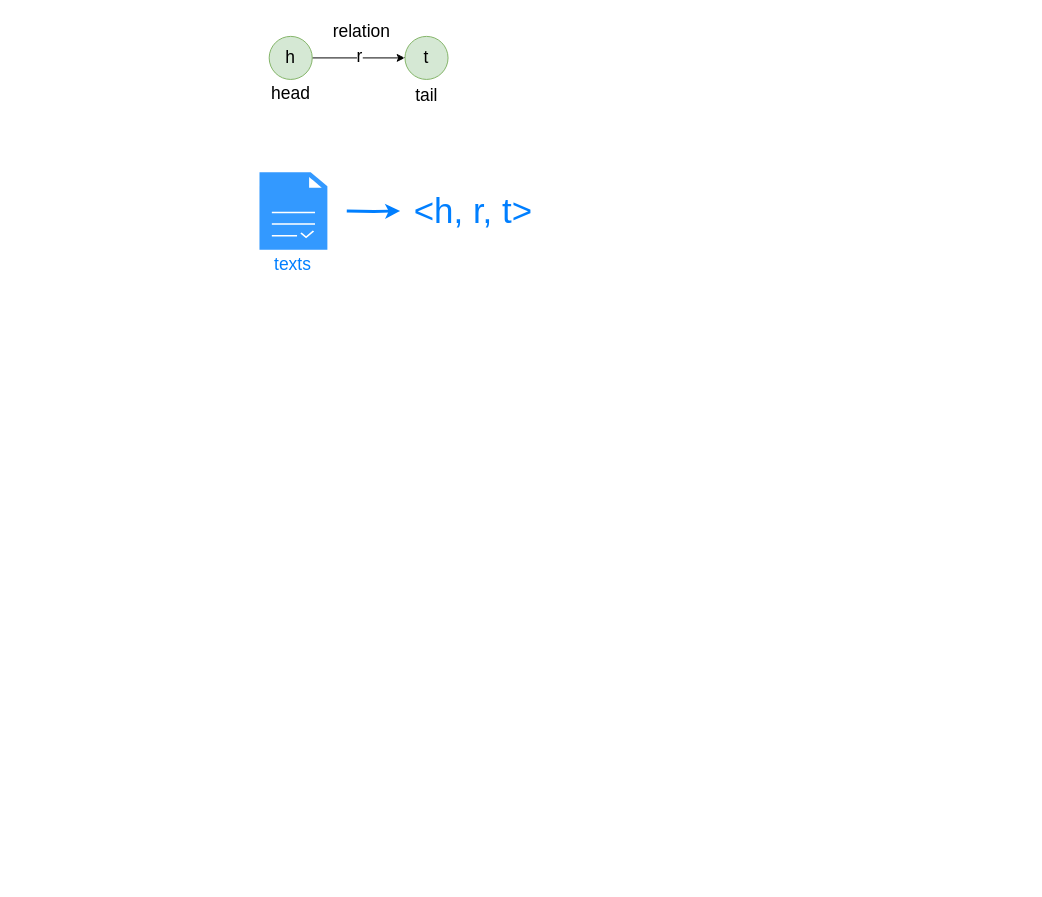
Above: page "Page-2" (2 of 2) of presentations/generals.drawio in across-stars/draw.io (draw.io), before the change. Source tidied: cells renumbered, new cells numbered last; positions are measured from the earlier drawing's top-left corner, leaving out a move shared by most shapes. Both pictures are drawn from the tidied source at 97%, with x=0, y=0 at pixel (259, 16).
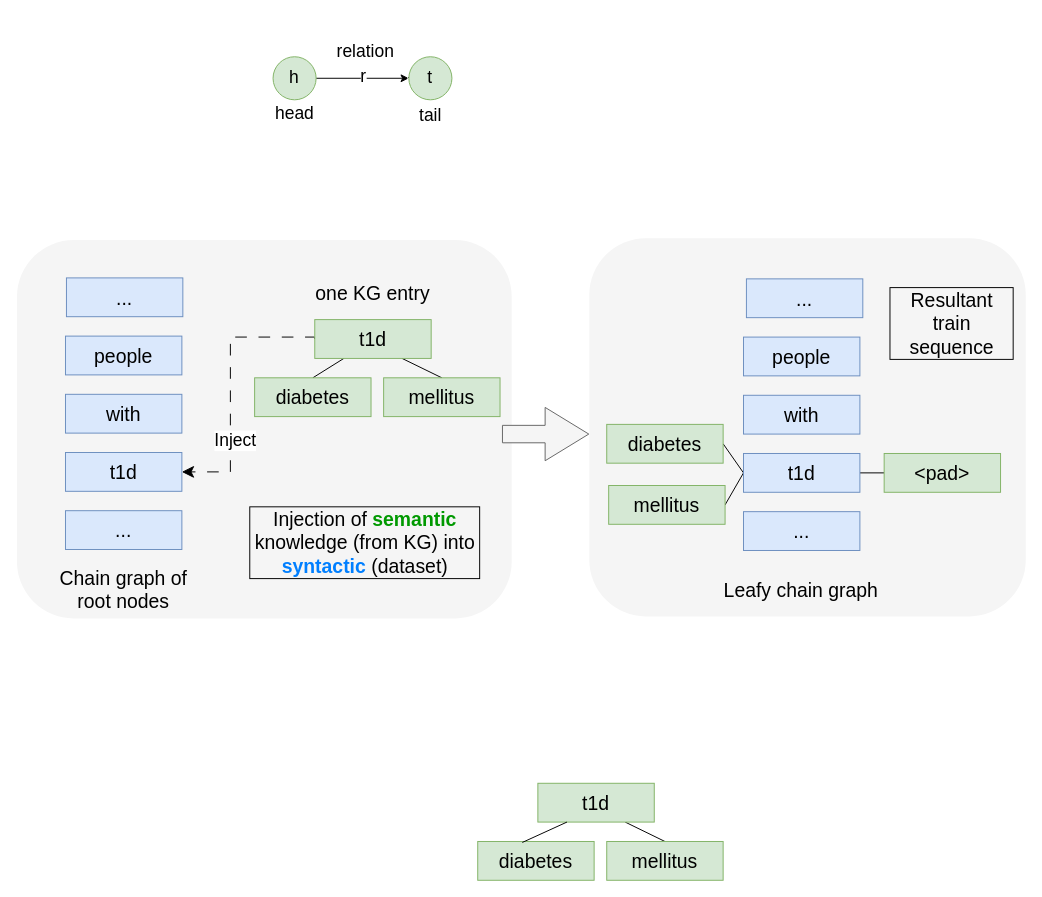
After the change.

Unchanged cells that the change refers to:
```xml
<mxCell id="2" style="group;" parent="1" vertex="1">
  <mxGeometry x="10" y="20" width="200" height="90" as="geometry" />
</mxCell>
```

What changed in the source:
```diff
@@
+    <mxCell id="15" style="rounded=1;whiteSpace=wrap;html=1;fontFamily=Helvetica;fontSize=11;fontColor=#333333;labelBackgroundColor=default;fillColor=#f5f5f5;strokeColor=none;" parent="1" vertex="1">
+      <mxGeometry x="340" y="228" width="450" height="390" as="geometry" />
+    </mxCell>
+    <mxCell id="16" style="rounded=1;whiteSpace=wrap;html=1;fontFamily=Helvetica;fontSize=11;fontColor=#333333;labelBackgroundColor=default;fillColor=#f5f5f5;strokeColor=none;" parent="1" vertex="1">
+      <mxGeometry x="-250" y="230" width="510" height="390" as="geometry" />
+    </mxCell>
@@
     <mxCell id="6" value="&lt;font style=&quot;font-size: 18px;&quot;&gt;h&lt;/font&gt;" style="ellipse;whiteSpace=wrap;html=1;fillColor=#d5e8d4;strokeColor=#82b366;" parent="2" vertex="1">
-      <mxGeometry width="44.4" height="44.4" as="geometry" />
+      <mxGeometry x="4" y="21" width="44.4" height="44.4" as="geometry" />
     </mxCell>
     <mxCell id="7" value="&lt;font style=&quot;font-size: 18px;&quot;&gt;t&lt;/font&gt;" style="ellipse;whiteSpace=wrap;html=1;fillColor=#d5e8d4;strokeColor=#82b366;" parent="2" vertex="1">
-      <mxGeometry x="140" width="44.4" height="44.4" as="geometry" />
+      <mxGeometry x="144" y="21" width="44.4" height="44.4" as="geometry" />
     </mxCell>
     <mxCell id="8" value="&lt;font style=&quot;font-size: 18px;&quot;&gt;head&lt;/font&gt;" style="text;html=1;align=center;verticalAlign=middle;strokeColor=none;fillColor=none;" parent="2" vertex="1">
-      <mxGeometry x="-7.6" y="44" width="60" height="30" as="geometry" />
+      <mxGeometry x="-3.6" y="65" width="60" height="30" as="geometry" />
     </mxCell>
     <mxCell id="9" value="&lt;font style=&quot;font-size: 18px;&quot;&gt;tail&lt;/font&gt;" style="text;html=1;align=center;verticalAlign=middle;strokeColor=none;fillColor=none;" parent="2" vertex="1">
-      <mxGeometry x="137.2" y="46" width="50" height="30" as="geometry" />
+      <mxGeometry x="141.2" y="67" width="50" height="30" as="geometry" />
     </mxCell>
     <mxCell id="10" value="&lt;font style=&quot;font-size: 18px;&quot;&gt;relation&lt;/font&gt;" style="text;html=1;align=center;verticalAlign=middle;strokeColor=none;fillColor=none;" parent="1" vertex="1">
-      <mxGeometry x="65" width="80" height="30" as="geometry" />
+      <mxGeometry x="69" y="21" width="80" height="30" as="geometry" />
     </mxCell>
-    <mxCell id="11" style="edgeStyle=orthogonalEdgeStyle;rounded=0;jettySize=auto;html=1;strokeWidth=3;strokeColor=#007FFF;" parent="1" edge="1" target="13">
-      <mxGeometry relative="1" as="geometry">
-        <mxPoint x="90" y="200" as="sourcePoint" />
-      </mxGeometry>
-    </mxCell>
-    <mxCell id="12" style="sketch=0;shadow=0;dashed=0;html=1;strokeColor=none;fillColor=#3399FF;labelPosition=center;verticalLabelPosition=bottom;verticalAlign=top;align=center;shape=mxgraph.veeam2.report;" parent="1" vertex="1">
-      <mxGeometry y="160" width="70" height="80" as="geometry" />
-    </mxCell>
-    <mxCell id="13" value="&lt;font color=&quot;#007fff&quot; style=&quot;font-size: 36px;&quot;&gt;&amp;lt;h, r, t&amp;gt;&lt;/font&gt;" style="text;html=1;align=center;verticalAlign=middle;points=[];strokeColor=none;fillColor=none;" parent="1" vertex="1">
-      <mxGeometry x="145" y="170" width="150" height="60" as="geometry" />
-    </mxCell>
-    <mxCell id="14" value="&lt;font color=&quot;#007fff&quot; style=&quot;font-size: 18px;&quot;&gt;texts&lt;/font&gt;" style="text;html=1;align=center;verticalAlign=middle;strokeColor=none;fillColor=none;" parent="1" vertex="1">
-      <mxGeometry x="4" y="240" width="60" height="30" as="geometry" />
-    </mxCell>
+    <mxCell id="17" value="&lt;font style=&quot;font-size: 20px;&quot;&gt;...&lt;/font&gt;" style="rounded=0;whiteSpace=wrap;html=1;fontFamily=Helvetica;fontSize=11;labelBackgroundColor=none;fillColor=#dae8fc;strokeColor=#6c8ebf;" parent="1" vertex="1">
+      <mxGeometry x="-200" y="509" width="120" height="40" as="geometry" />
+    </mxCell>
+    <mxCell id="18" value="&lt;font style=&quot;font-size: 20px;&quot;&gt;people&lt;/font&gt;" style="rounded=0;whiteSpace=wrap;html=1;fontFamily=Helvetica;fontSize=11;labelBackgroundColor=none;fillColor=#dae8fc;strokeColor=#6c8ebf;" parent="1" vertex="1">
+      <mxGeometry x="-200" y="329" width="120" height="40" as="geometry" />
+    </mxCell>
+    <mxCell id="19" value="&lt;font style=&quot;font-size: 20px;&quot;&gt;with&lt;/font&gt;" style="rounded=0;whiteSpace=wrap;html=1;fontFamily=Helvetica;fontSize=11;labelBackgroundColor=none;fillColor=#dae8fc;strokeColor=#6c8ebf;" parent="1" vertex="1">
+      <mxGeometry x="-200" y="389" width="120" height="40" as="geometry" />
+    </mxCell>
+    <mxCell id="20" value="&lt;font style=&quot;font-size: 20px;&quot;&gt;t1d&lt;/font&gt;" style="rounded=0;whiteSpace=wrap;html=1;fontFamily=Helvetica;fontSize=11;labelBackgroundColor=none;fillColor=#dae8fc;strokeColor=#6c8ebf;" parent="1" vertex="1">
+      <mxGeometry x="-200" y="449" width="120" height="40" as="geometry" />
+    </mxCell>
+    <mxCell id="21" value="&lt;font style=&quot;font-size: 20px;&quot;&gt;...&lt;/font&gt;" style="rounded=0;whiteSpace=wrap;html=1;fontFamily=Helvetica;fontSize=11;labelBackgroundColor=none;fillColor=#dae8fc;strokeColor=#6c8ebf;" parent="1" vertex="1">
+      <mxGeometry x="-199" y="269" width="120" height="40" as="geometry" />
+    </mxCell>
+    <mxCell id="22" value="&lt;font style=&quot;font-size: 20px;&quot;&gt;...&lt;/font&gt;" style="rounded=0;whiteSpace=wrap;html=1;fontFamily=Helvetica;fontSize=11;labelBackgroundColor=none;fillColor=#dae8fc;strokeColor=#6c8ebf;" parent="1" vertex="1">
+      <mxGeometry x="499" y="510" width="120" height="40" as="geometry" />
+    </mxCell>
+    <mxCell id="23" value="&lt;font style=&quot;font-size: 20px;&quot;&gt;people&lt;/font&gt;" style="rounded=0;whiteSpace=wrap;html=1;fontFamily=Helvetica;fontSize=11;labelBackgroundColor=none;fillColor=#dae8fc;strokeColor=#6c8ebf;" parent="1" vertex="1">
+      <mxGeometry x="499" y="330" width="120" height="40" as="geometry" />
+    </mxCell>
+    <mxCell id="24" value="&lt;font style=&quot;font-size: 20px;&quot;&gt;with&lt;/font&gt;" style="rounded=0;whiteSpace=wrap;html=1;fontFamily=Helvetica;fontSize=11;labelBackgroundColor=none;fillColor=#dae8fc;strokeColor=#6c8ebf;" parent="1" vertex="1">
+      <mxGeometry x="499" y="390" width="120" height="40" as="geometry" />
+    </mxCell>
+    <mxCell id="25" style="rounded=0;jettySize=auto;html=1;exitX=0;exitY=0;exitDx=0;exitDy=0;entryX=1;entryY=0.5;entryDx=0;entryDy=0;strokeColor=none;align=center;verticalAlign=middle;fontFamily=Helvetica;fontSize=11;fontColor=default;labelBackgroundColor=default;endArrow=none;endFill=0;" parent="1" edge="1" source="29" target="30">
+      <mxGeometry relative="1" as="geometry" />
+    </mxCell>
+    <mxCell id="26" style="rounded=0;jettySize=auto;html=1;exitX=0;exitY=0.5;exitDx=0;exitDy=0;entryX=1;entryY=0.5;entryDx=0;entryDy=0;strokeColor=default;align=center;verticalAlign=middle;fontFamily=Helvetica;fontSize=11;fontColor=default;labelBackgroundColor=default;endArrow=none;endFill=0;" parent="1" edge="1" source="29" target="30">
+      <mxGeometry relative="1" as="geometry" />
+    </mxCell>
+    <mxCell id="27" style="edgeStyle=none;rounded=0;jettySize=auto;html=1;exitX=0;exitY=0.5;exitDx=0;exitDy=0;entryX=1;entryY=0.5;entryDx=0;entryDy=0;strokeColor=default;align=center;verticalAlign=middle;fontFamily=Helvetica;fontSize=11;fontColor=default;labelBackgroundColor=default;endArrow=none;endFill=0;" parent="1" edge="1" source="29" target="33">
+      <mxGeometry relative="1" as="geometry" />
+    </mxCell>
+    <mxCell id="28" style="edgeStyle=none;rounded=0;jettySize=auto;html=1;exitX=1;exitY=0.5;exitDx=0;exitDy=0;entryX=0;entryY=0.5;entryDx=0;entryDy=0;strokeColor=default;align=center;verticalAlign=middle;fontFamily=Helvetica;fontSize=11;fontColor=default;labelBackgroundColor=default;endArrow=none;endFill=0;" parent="1" edge="1" source="29" target="32">
+      <mxGeometry relative="1" as="geometry" />
+    </mxCell>
+    <mxCell id="29" value="&lt;font style=&quot;font-size: 20px;&quot;&gt;t1d&lt;/font&gt;" style="rounded=0;whiteSpace=wrap;html=1;fontFamily=Helvetica;fontSize=11;labelBackgroundColor=none;fillColor=#dae8fc;strokeColor=#6c8ebf;" parent="1" vertex="1">
+      <mxGeometry x="499" y="450" width="120" height="40" as="geometry" />
+    </mxCell>
+    <mxCell id="30" value="&lt;font style=&quot;font-size: 20px;&quot;&gt;diabetes&lt;/font&gt;" style="rounded=0;whiteSpace=wrap;html=1;fontFamily=Helvetica;fontSize=11;labelBackgroundColor=none;fillColor=#d5e8d4;strokeColor=#82b366;" parent="1" vertex="1">
+      <mxGeometry x="358" y="420" width="120" height="40" as="geometry" />
+    </mxCell>
+    <mxCell id="31" value="&lt;font style=&quot;font-size: 20px;&quot;&gt;...&lt;/font&gt;" style="rounded=0;whiteSpace=wrap;html=1;fontFamily=Helvetica;fontSize=11;labelBackgroundColor=none;fillColor=#dae8fc;strokeColor=#6c8ebf;" parent="1" vertex="1">
+      <mxGeometry x="502" y="270" width="120" height="40" as="geometry" />
+    </mxCell>
+    <mxCell id="32" value="&lt;font style=&quot;font-size: 20px;&quot;&gt;&amp;lt;pad&amp;gt;&lt;/font&gt;" style="rounded=0;whiteSpace=wrap;html=1;fontFamily=Helvetica;fontSize=11;labelBackgroundColor=none;fillColor=#d5e8d4;strokeColor=#82b366;" parent="1" vertex="1">
+      <mxGeometry x="644" y="450" width="120" height="40" as="geometry" />
+    </mxCell>
+    <mxCell id="33" value="&lt;font style=&quot;font-size: 20px;&quot;&gt;mellitus&lt;/font&gt;" style="rounded=0;whiteSpace=wrap;html=1;fontFamily=Helvetica;fontSize=11;labelBackgroundColor=none;fillColor=#d5e8d4;strokeColor=#82b366;" parent="1" vertex="1">
+      <mxGeometry x="360" y="483" width="120" height="40" as="geometry" />
+    </mxCell>
+    <mxCell id="34" style="edgeStyle=none;rounded=0;jettySize=auto;html=1;exitX=0.75;exitY=1;exitDx=0;exitDy=0;entryX=0.5;entryY=0;entryDx=0;entryDy=0;strokeColor=default;align=center;verticalAlign=middle;fontFamily=Helvetica;fontSize=11;fontColor=default;labelBackgroundColor=default;endArrow=none;endFill=0;" parent="1" edge="1" source="38" target="40">
+      <mxGeometry relative="1" as="geometry" />
+    </mxCell>
+    <mxCell id="35" style="edgeStyle=none;rounded=0;jettySize=auto;html=1;exitX=0.25;exitY=1;exitDx=0;exitDy=0;entryX=0.5;entryY=0;entryDx=0;entryDy=0;strokeColor=default;align=center;verticalAlign=middle;fontFamily=Helvetica;fontSize=11;fontColor=default;labelBackgroundColor=default;endArrow=none;endFill=0;" parent="1" edge="1" source="38" target="39">
+      <mxGeometry relative="1" as="geometry" />
+    </mxCell>
+    <mxCell id="36" style="edgeStyle=orthogonalEdgeStyle;rounded=0;jettySize=auto;html=1;exitX=0;exitY=0.5;exitDx=0;exitDy=0;entryX=1;entryY=0.5;entryDx=0;entryDy=0;strokeColor=default;align=center;verticalAlign=middle;fontFamily=Helvetica;fontSize=11;fontColor=default;labelBackgroundColor=default;endArrow=classic;endFill=1;dashed=1;dashPattern=12 12;strokeWidth=1;endSize=10;" parent="1" edge="1" source="38" target="20">
+      <mxGeometry relative="1" as="geometry">
+        <Array as="points">
+          <mxPoint x="57" y="330" />
+          <mxPoint x="-30" y="330" />
+          <mxPoint x="-30" y="469" />
+        </Array>
+      </mxGeometry>
+    </mxCell>
+    <mxCell id="37" value="&lt;font style=&quot;font-size: 18px;&quot;&gt;Inject&lt;/font&gt;" style="edgeLabel;html=1;align=center;verticalAlign=middle;fontFamily=Helvetica;fontSize=11;fontColor=default;labelBackgroundColor=default;" parent="36" vertex="1">
+      <mxGeometry x="0.37" y="4" relative="1" as="geometry">
+        <mxPoint y="5" as="offset" />
+      </mxGeometry>
+    </mxCell>
+    <mxCell id="38" value="&lt;font style=&quot;font-size: 20px;&quot;&gt;t1d&lt;/font&gt;" style="rounded=0;whiteSpace=wrap;html=1;fontFamily=Helvetica;fontSize=11;labelBackgroundColor=none;fillColor=#d5e8d4;strokeColor=#82b366;" parent="1" vertex="1">
+      <mxGeometry x="57" y="312" width="120" height="40" as="geometry" />
+    </mxCell>
+    <mxCell id="39" value="&lt;font style=&quot;font-size: 20px;&quot;&gt;diabetes&lt;/font&gt;" style="rounded=0;whiteSpace=wrap;html=1;fontFamily=Helvetica;fontSize=11;labelBackgroundColor=none;fillColor=#d5e8d4;strokeColor=#82b366;" parent="1" vertex="1">
+      <mxGeometry x="-5" y="372" width="120" height="40" as="geometry" />
+    </mxCell>
+    <mxCell id="40" value="&lt;font style=&quot;font-size: 20px;&quot;&gt;mellitus&lt;/font&gt;" style="rounded=0;whiteSpace=wrap;html=1;fontFamily=Helvetica;fontSize=11;labelBackgroundColor=none;fillColor=#d5e8d4;strokeColor=#82b366;" parent="1" vertex="1">
+      <mxGeometry x="128" y="372" width="120" height="40" as="geometry" />
+    </mxCell>
+    <mxCell id="41" value="&lt;font style=&quot;font-size: 20px;&quot;&gt;Chain graph of root nodes&lt;/font&gt;" style="text;html=1;align=center;verticalAlign=middle;whiteSpace=wrap;rounded=0;fontFamily=Helvetica;fontSize=11;fontColor=default;labelBackgroundColor=none;" parent="1" vertex="1">
+      <mxGeometry x="-215" y="575" width="150" height="30" as="geometry" />
+    </mxCell>
+    <mxCell id="42" value="&lt;font style=&quot;font-size: 20px;&quot;&gt;Leafy chain graph&lt;/font&gt;" style="text;html=1;align=center;verticalAlign=middle;whiteSpace=wrap;rounded=0;fontFamily=Helvetica;fontSize=11;fontColor=default;labelBackgroundColor=none;" parent="1" vertex="1">
+      <mxGeometry x="427" y="575" width="263" height="30" as="geometry" />
+    </mxCell>
+    <mxCell id="43" value="&lt;font style=&quot;font-size: 20px;&quot;&gt;one KG entry&lt;/font&gt;" style="text;html=1;align=center;verticalAlign=middle;whiteSpace=wrap;rounded=0;fontFamily=Helvetica;fontSize=11;fontColor=default;labelBackgroundColor=none;" parent="1" vertex="1">
+      <mxGeometry x="42" y="269" width="150" height="30" as="geometry" />
+    </mxCell>
+    <mxCell id="44" style="shape=flexArrow;endArrow=classic;html=1;rounded=0;strokeColor=#666666;align=center;verticalAlign=middle;fontFamily=Helvetica;fontSize=11;fontColor=default;labelBackgroundColor=default;edgeStyle=orthogonalEdgeStyle;endWidth=36;endSize=14.67;width=18;fillColor=#f5f5f5;" parent="1" edge="1">
+      <mxGeometry relative="1" as="geometry">
+        <mxPoint x="250" y="430" as="sourcePoint" />
+        <mxPoint x="340" y="430" as="targetPoint" />
+      </mxGeometry>
+    </mxCell>
+    <mxCell id="45" value="&lt;font style=&quot;font-size: 20px;&quot;&gt;Injection of &lt;font style=&quot;font-size: 20px;&quot; color=&quot;#009900&quot;&gt;&lt;b&gt;semantic&lt;/b&gt;&lt;/font&gt; knowledge (from KG) into &lt;b&gt;&lt;font style=&quot;font-size: 20px;&quot; color=&quot;#007fff&quot;&gt;syntactic&lt;/font&gt;&lt;/b&gt; (dataset)&lt;/font&gt;" style="text;html=1;align=center;verticalAlign=middle;whiteSpace=wrap;rounded=0;fontFamily=Helvetica;fontSize=18;fontColor=default;labelBackgroundColor=none;labelBorderColor=default;" parent="1" vertex="1">
+      <mxGeometry x="-11" y="489" width="240" height="105" as="geometry" />
+    </mxCell>
+    <mxCell id="46" value="&lt;span style=&quot;font-size: 20px;&quot;&gt;Resultant train sequence&lt;/span&gt;" style="text;html=1;align=center;verticalAlign=middle;whiteSpace=wrap;rounded=0;fontFamily=Helvetica;fontSize=18;fontColor=default;labelBackgroundColor=none;labelBorderColor=default;" parent="1" vertex="1">
+      <mxGeometry x="649" y="276" width="130" height="80.5" as="geometry" />
+    </mxCell>
+    <mxCell id="47" style="rounded=0;jettySize=auto;html=1;exitX=0.75;exitY=1;exitDx=0;exitDy=0;entryX=0.5;entryY=0;entryDx=0;entryDy=0;strokeColor=default;align=center;verticalAlign=middle;fontFamily=Helvetica;fontSize=11;fontColor=default;labelBackgroundColor=default;endArrow=none;endFill=0;" parent="1" edge="1" source="48" target="50">
+      <mxGeometry relative="1" as="geometry" />
+    </mxCell>
+    <mxCell id="48" value="&lt;font style=&quot;font-size: 20px;&quot;&gt;t1d&lt;/font&gt;" style="rounded=0;whiteSpace=wrap;html=1;fontFamily=Helvetica;fontSize=11;labelBackgroundColor=none;fillColor=#d5e8d4;strokeColor=#82b366;" parent="1" vertex="1">
+      <mxGeometry x="287" y="790" width="120" height="40" as="geometry" />
+    </mxCell>
+    <mxCell id="49" value="&lt;font style=&quot;font-size: 20px;&quot;&gt;diabetes&lt;/font&gt;" style="rounded=0;whiteSpace=wrap;html=1;fontFamily=Helvetica;fontSize=11;labelBackgroundColor=none;fillColor=#d5e8d4;strokeColor=#82b366;" parent="1" vertex="1">
+      <mxGeometry x="225" y="850" width="120" height="40" as="geometry" />
+    </mxCell>
+    <mxCell id="50" value="&lt;font style=&quot;font-size: 20px;&quot;&gt;mellitus&lt;/font&gt;" style="rounded=0;whiteSpace=wrap;html=1;fontFamily=Helvetica;fontSize=11;labelBackgroundColor=none;fillColor=#d5e8d4;strokeColor=#82b366;" parent="1" vertex="1">
+      <mxGeometry x="358" y="850" width="120" height="40" as="geometry" />
+    </mxCell>
+    <mxCell id="51" style="rounded=0;jettySize=auto;html=1;exitX=0.25;exitY=1;exitDx=0;exitDy=0;entryX=0.383;entryY=0.025;entryDx=0;entryDy=0;entryPerimeter=0;strokeColor=default;align=center;verticalAlign=middle;fontFamily=Helvetica;fontSize=11;fontColor=default;labelBackgroundColor=default;endArrow=none;endFill=0;" parent="1" edge="1" source="48" target="49">
+      <mxGeometry relative="1" as="geometry" />
+    </mxCell>
```
